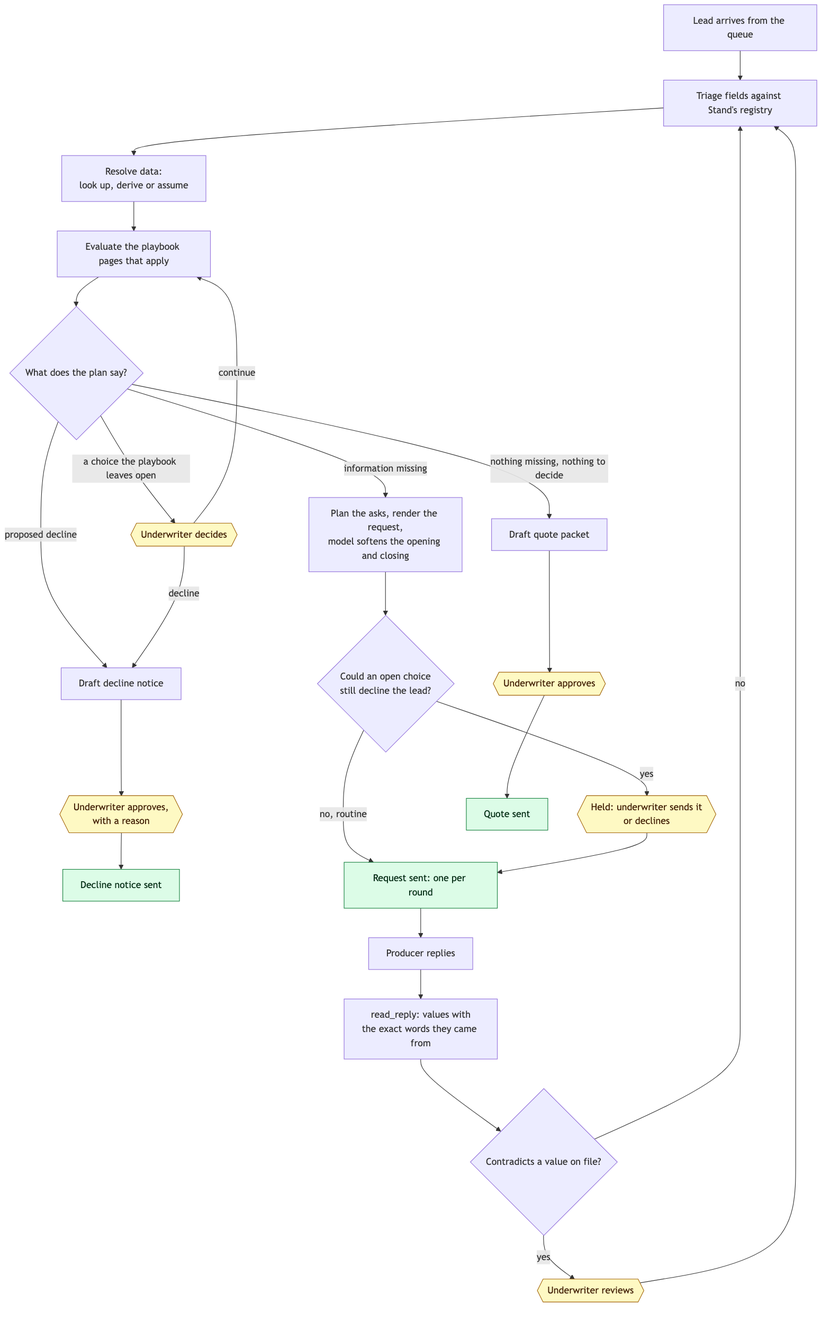
The Mermaid diagram docs/diagrams/02-lead-lifecycle.png in bcornick/cornick-stand-takehome-assessment-submission, before a commit. Its source is kept beside it as docs/diagrams/02-lead-lifecycle.mmd.
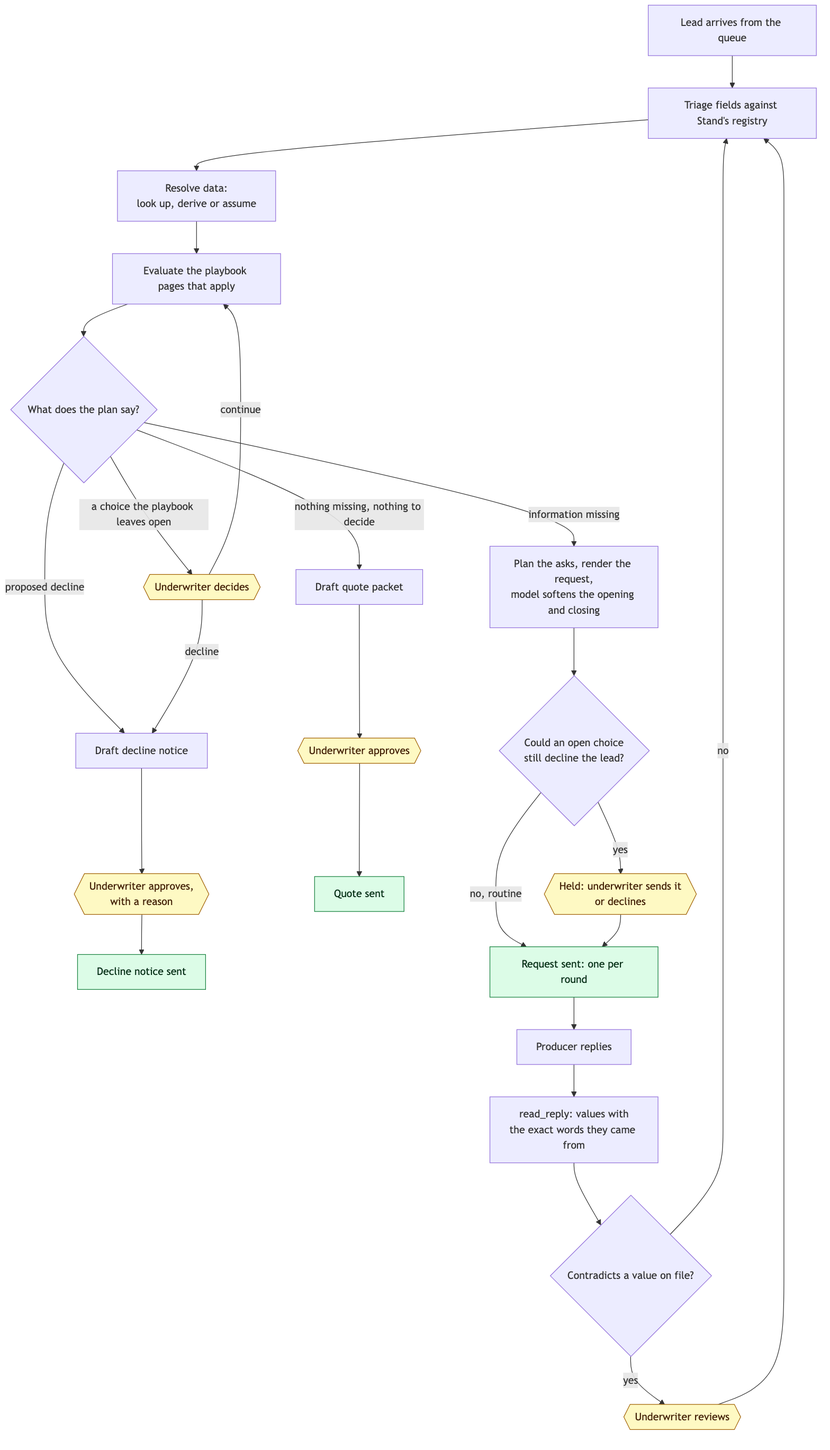
Later version of the same file.

Commit message:
CLAUDE-fable-5-1: the lead diagram draws the quote path before the request path, so the held request's arrows cross nothing

Claude-Session: https://claude.ai/code/session_01FSociYJ6ckKxQyGa7RKebz

What changed in the source:
```diff
@@ -12,6 +12,10 @@
     I -- "decline" --> F
     I -- "continue" --> D
 
+    E -- "nothing missing, nothing to decide" --> R["Draft quote packet"]
+    R --> S{{"Underwriter approves"}}
+    S --> T["Quote sent"]
+
     E -- "information missing" --> J["Plan the asks, render the request,<br/>model softens the opening and closing"]
     J --> K{"Could an open choice<br/>still decline the lead?"}
     K -- "yes" --> L{{"Held: underwriter sends it<br/>or declines"}}
@@ -24,10 +28,6 @@
     P -- "no" --> B
     Q --> B
 
-    E -- "nothing missing, nothing to decide" --> R["Draft quote packet"]
-    R --> S{{"Underwriter approves"}}
-    S --> T["Quote sent"]
-
     classDef human fill:#fef9c3,stroke:#a16207,color:#422006
     classDef done fill:#dcfce7,stroke:#15803d,color:#052e16
     class G,I,L,Q,S human
```
